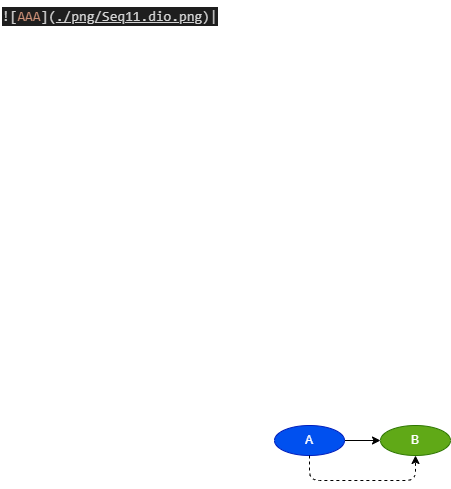
Above: Language/png/Seq11.dio.png in DualsoftDev/ds (draw.io), before the change. Source tidied: cells renumbered, new cells last; positions are measured from the earlier drawing's top-left corner, leaving out a move shared by most shapes.
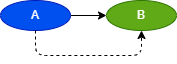
Later version of the same file.

Change to the diagram source:
```diff
@@ -19,8 +19,5 @@
     <mxCell id="5" value="B" style="ellipse;whiteSpace=wrap;html=1;fillColor=#60a917;fontColor=#ffffff;strokeColor=#2D7600;" parent="1" vertex="1">
       <mxGeometry x="380" y="425" width="70" height="30" as="geometry" />
     </mxCell>
-    <mxCell id="6" value="&lt;div style=&quot;color: rgb(212, 212, 212); background-color: rgb(30, 30, 30); font-family: consolas, &amp;quot;courier new&amp;quot;, monospace; font-weight: normal; font-size: 14px; line-height: 19px;&quot;&gt;&lt;div&gt;&lt;span style=&quot;color: #d4d4d4&quot;&gt;![&lt;/span&gt;&lt;span style=&quot;color: #ce9178&quot;&gt;AAA&lt;/span&gt;&lt;span style=&quot;color: #d4d4d4&quot;&gt;](&lt;/span&gt;&lt;span style=&quot;color: #d4d4d4 ; text-decoration: underline&quot;&gt;./png/Seq11.dio.png&lt;/span&gt;&lt;span style=&quot;color: #d4d4d4&quot;&gt;)|&lt;/span&gt;&lt;/div&gt;&lt;/div&gt;" style="text;whiteSpace=wrap;html=1;" parent="1" vertex="1">
-      <mxGeometry width="240" height="30" as="geometry" />
-    </mxCell>
   </root>
 </mxGraphModel>
```
